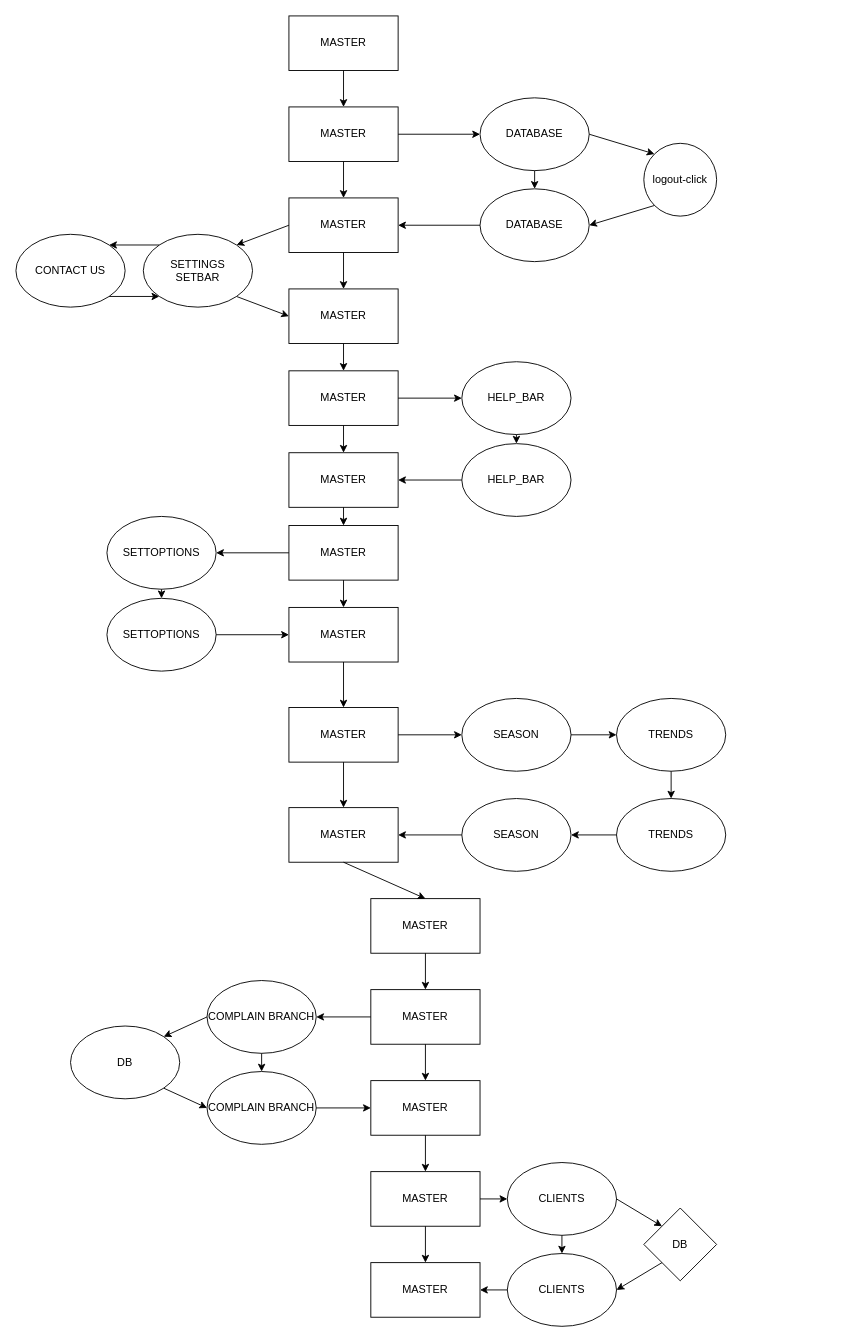
The draw.io diagram INFORMATION/branches.drawio in Man1exter/MAIG-WAREHOUSE, before the edit. Source tidied: cells renumbered, new cells numbered last; positions are measured from the earlier drawing's top-left corner, leaving out a move shared by most shapes. Both pictures are drawn from the tidied source at 91%, with x=0, y=0 at pixel (15, 15).
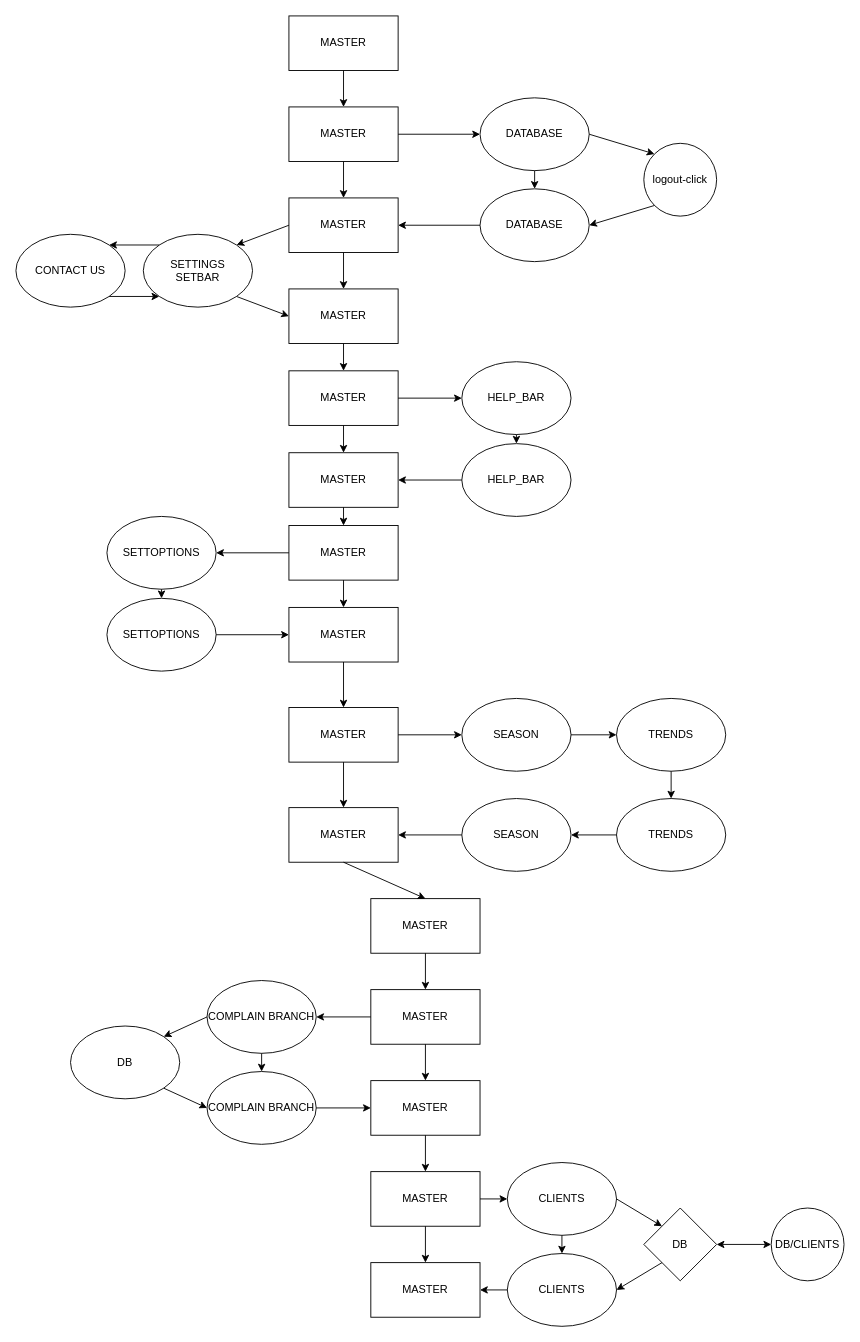
The same page after the edit.

The change refers to these unchanged cells:
```xml
<mxCell id="77" value="DB" style="rhombus;whiteSpace=wrap;html=1;" parent="1" vertex="1">
  <mxGeometry x="690" y="1310" width="80" height="80" as="geometry" />
</mxCell>
```

Change to the diagram source:
```diff
@@
+    <mxCell id="80" value="DB/CLIENTS" style="ellipse;whiteSpace=wrap;html=1;" parent="1" vertex="1">
+      <mxGeometry x="830" y="1310" width="80" height="80" as="geometry" />
+    </mxCell>
+    <mxCell id="81" style="endArrow=classic;startArrow=classic;html=1;exitX=1;exitY=0.5;exitDx=0;exitDy=0;entryX=0;entryY=0.5;entryDx=0;entryDy=0;" parent="1" edge="1" source="77" target="80">
+      <mxGeometry relative="1" as="geometry" />
+    </mxCell>
```
